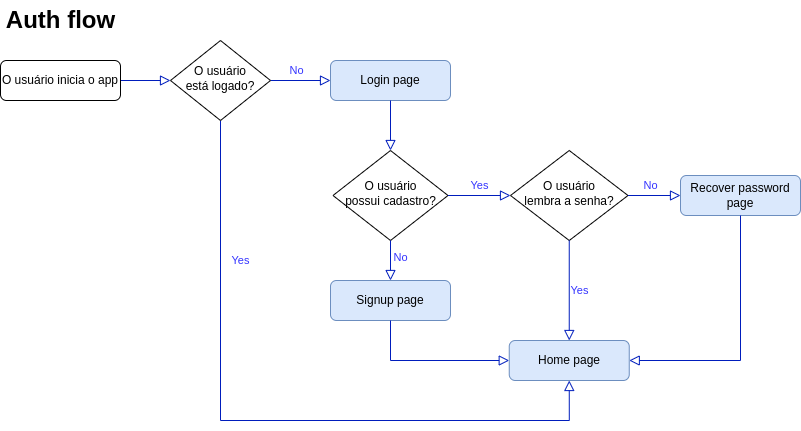
Above: extra/flowchart.drawio.png in jbrenorv/ifchat (draw.io), before the change. Source tidied: cells renumbered, new cells last; positions are measured from the earlier drawing's top-left corner, leaving out a move shared by most shapes.
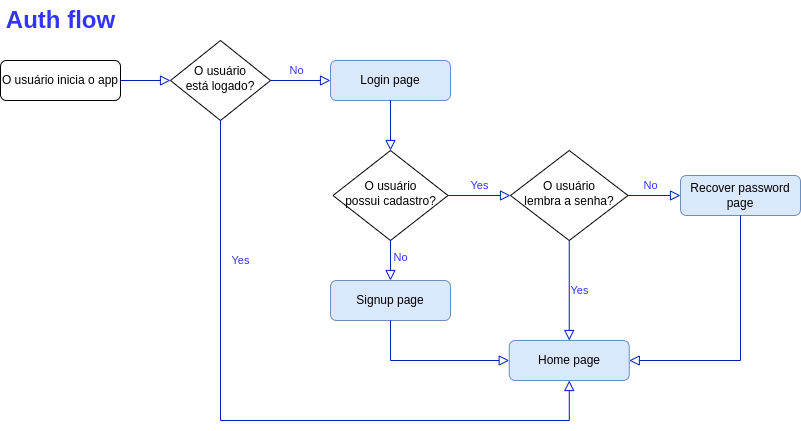
The same diagram one commit later.

The edit, as a diff of the source:
```diff
@@ -46,7 +46,7 @@
     <mxCell id="14" style="rounded=0;html=1;jettySize=auto;fontSize=11;endArrow=block;endFill=0;endSize=8;strokeWidth=1;shadow=0;labelBackgroundColor=none;edgeStyle=orthogonalEdgeStyle;exitX=0.5;exitY=1;exitDx=0;exitDy=0;entryX=0;entryY=0.5;entryDx=0;entryDy=0;fillColor=#0050ef;strokeColor=#001DBC;" parent="1" edge="1" source="11" target="4">
       <mxGeometry relative="1" as="geometry" />
     </mxCell>
-    <mxCell id="15" value="Auth flow" style="text;strokeColor=none;fillColor=none;html=1;fontSize=24;fontStyle=1;verticalAlign=middle;align=center;fontFamily=Helvetica;fontColor=default;" parent="1" vertex="1">
+    <mxCell id="15" value="Auth flow" style="text;strokeColor=none;fillColor=none;html=1;fontSize=24;fontStyle=1;verticalAlign=middle;align=center;fontFamily=Helvetica;fontColor=#3333FF;" parent="1" vertex="1">
       <mxGeometry x="10" width="100" height="40" as="geometry" />
     </mxCell>
     <mxCell id="16" value="O usuário&lt;br&gt;lembra a senha?" style="rhombus;whiteSpace=wrap;html=1;shadow=0;fontFamily=Helvetica;fontSize=12;align=center;strokeWidth=1;spacing=6;spacingTop=-4;" parent="1" vertex="1">
```
